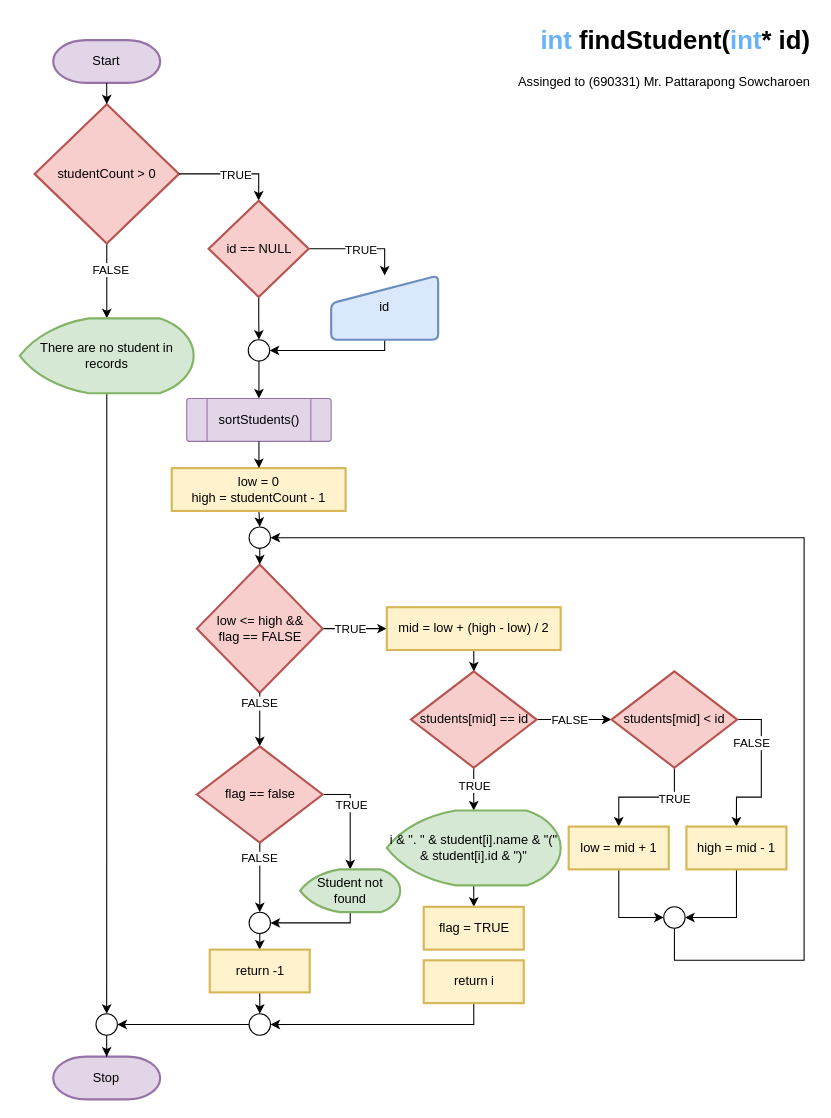
Earlier version of the draw.io diagram flowchart/find-student.drawio (pattr-hcu/student-management). Source tidied: cells renumbered, new cells numbered last; positions are measured from the earlier drawing's top-left corner, leaving out a move shared by most shapes. Both pictures are drawn from the tidied source at 107%, with x=0, y=0 at pixel (19, 18).
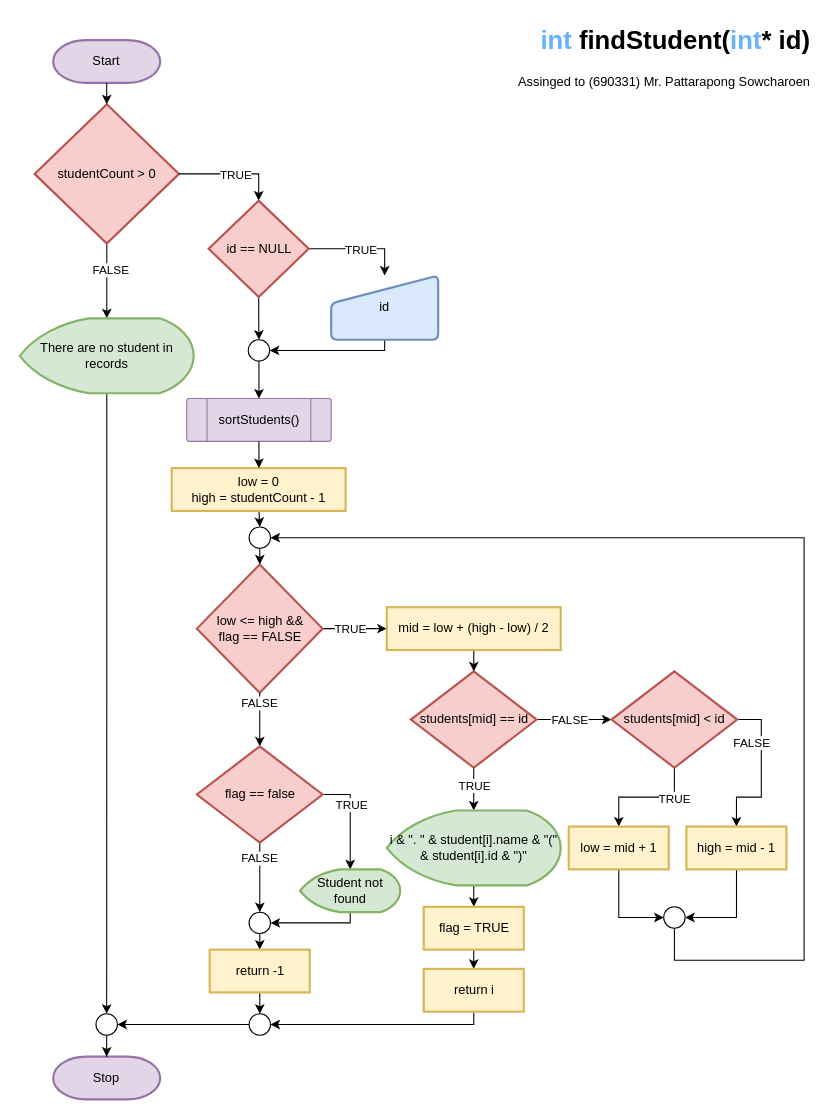
Above is the later version.

Commit message (it also covers changes not shown here):
fix: adjust flowchart layout and improve readability in find-student diagram

The change refers to these unchanged cells:
```xml
<mxCell id="54" value="flag = TRUE" style="whiteSpace=wrap;html=1;fillColor=#fff2cc;strokeColor=#d6b656;strokeWidth=2;spacing=11;" parent="1" vertex="1">
  <mxGeometry x="377.5" y="830" width="93.5" height="40" as="geometry" />
</mxCell>
<mxCell id="67" style="ellipse;whiteSpace=wrap;html=1;shapeInside=1;" parent="1" vertex="1">
  <mxGeometry x="214.3" y="930" width="20" height="20" as="geometry" />
</mxCell>
```

Change to the diagram source:
```diff
@@
+    <mxCell id="72" style="edgeStyle=orthogonalEdgeStyle;rounded=0;jettySize=auto;html=1;exitX=0.5;exitY=1;exitDx=0;exitDy=0;entryX=0.5;entryY=0;entryDx=0;entryDy=0;defaultLabelBackgroundColor=page;" parent="1" edge="1" source="54" target="69">
+      <mxGeometry relative="1" as="geometry" />
+    </mxCell>
@@
     <mxCell id="68" style="edgeStyle=orthogonalEdgeStyle;rounded=0;jettySize=auto;html=1;exitX=0.5;exitY=1;exitDx=0;exitDy=0;entryX=1;entryY=0.5;entryDx=0;entryDy=0;defaultLabelBackgroundColor=page;" parent="1" edge="1" source="69" target="67">
-      <mxGeometry relative="1" as="geometry" />
+      <mxGeometry relative="1" as="geometry">
+        <Array as="points">
+          <mxPoint x="424.3" y="940" />
+        </Array>
+      </mxGeometry>
     </mxCell>
     <mxCell id="69" value="return i" style="whiteSpace=wrap;html=1;fillColor=#fff2cc;strokeColor=#d6b656;strokeWidth=2;spacing=11;" parent="1" vertex="1">
-      <mxGeometry x="377.5" y="880" width="93.5" height="40" as="geometry" />
+      <mxGeometry x="377.5" y="888" width="93.5" height="40" as="geometry" />
     </mxCell>
```
